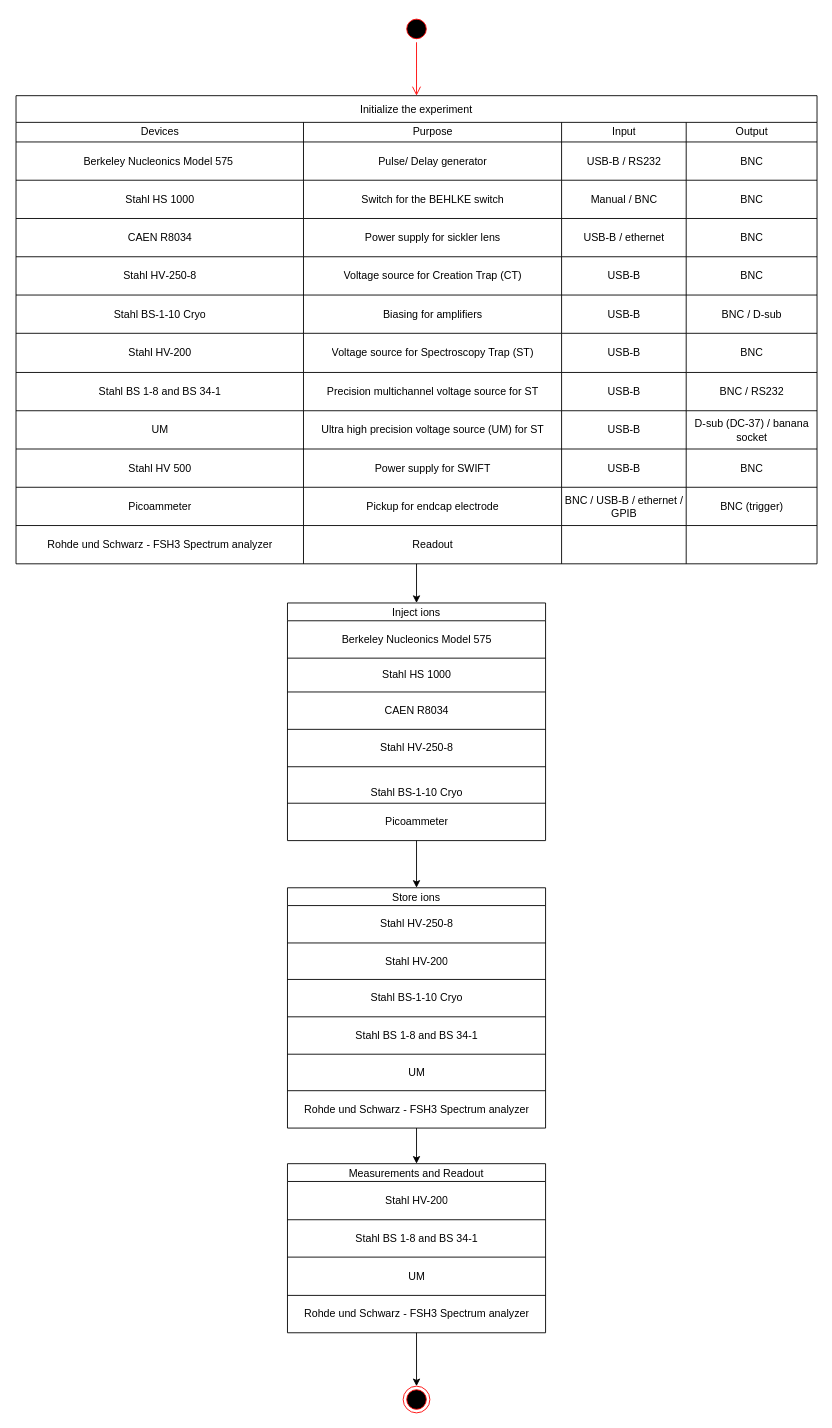
admin-ARTEMIS/ARTEMIS keeps this draw.io diagram as flowchart_main.drawio. Above is the earlier version. Source tidied: cells renumbered, new cells numbered last; positions are measured from the earlier drawing's top-left corner, leaving out a move shared by most shapes. Both pictures are drawn from the tidied source at 89%, with x=0, y=0 at pixel (16, 15).
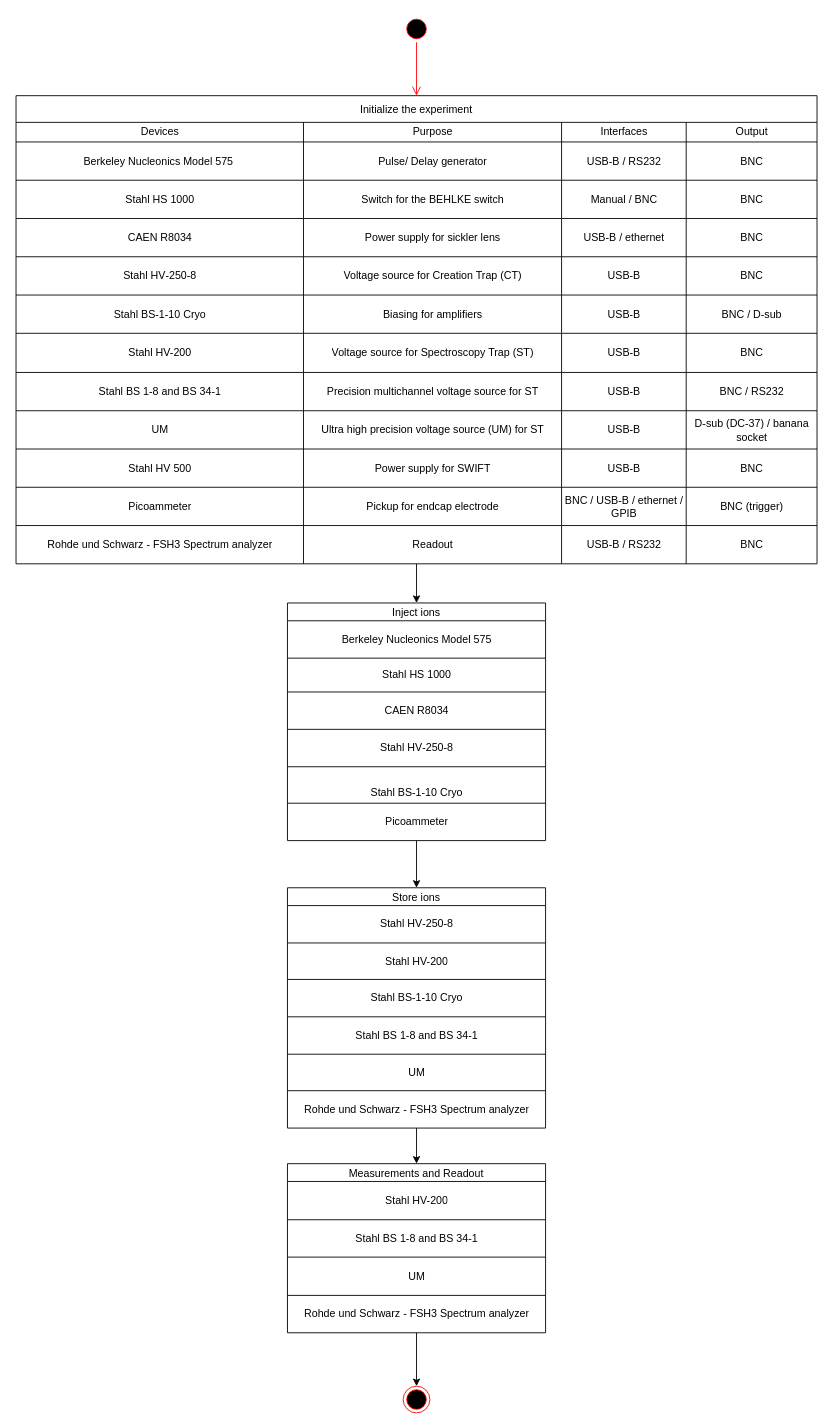
Above is the later version.

Unchanged cells that the change refers to:
```xml
<mxCell id="6" style="shape=tableRow;horizontal=0;startSize=0;swimlaneHead=0;swimlaneBody=0;strokeColor=inherit;top=0;left=0;bottom=0;right=0;fillColor=none;" parent="5" vertex="1">
  <mxGeometry y="30" width="900" height="22" as="geometry" />
</mxCell>
<mxCell id="61" style="shape=tableRow;horizontal=0;startSize=0;swimlaneHead=0;swimlaneBody=0;strokeColor=inherit;top=0;left=0;bottom=0;right=0;fillColor=none;" parent="5" vertex="1">
  <mxGeometry y="483" width="900" height="43" as="geometry" />
</mxCell>
```

The edit, as a diff of the source:
```diff
@@
-    <mxCell id="9" value="Input" style="shape=partialRectangle;html=1;whiteSpace=wrap;strokeColor=inherit;overflow=hidden;fillColor=none;top=0;left=0;bottom=0;right=0;" parent="6" vertex="1">
+    <mxCell id="9" value="Interfaces" style="shape=partialRectangle;html=1;whiteSpace=wrap;strokeColor=inherit;overflow=hidden;fillColor=none;top=0;left=0;bottom=0;right=0;" parent="6" vertex="1">
       <mxGeometry x="613" width="140" height="22" as="geometry" />
     </mxCell>
@@
-    <mxCell id="64" style="shape=partialRectangle;html=1;whiteSpace=wrap;strokeColor=inherit;overflow=hidden;fillColor=none;top=0;left=0;bottom=0;right=0;" parent="61" vertex="1">
+    <mxCell id="64" value="USB-B / RS232" style="shape=partialRectangle;html=1;whiteSpace=wrap;strokeColor=inherit;overflow=hidden;fillColor=none;top=0;left=0;bottom=0;right=0;" parent="61" vertex="1">
       <mxGeometry x="613" width="140" height="43" as="geometry" />
     </mxCell>
-    <mxCell id="65" style="shape=partialRectangle;html=1;whiteSpace=wrap;strokeColor=inherit;overflow=hidden;fillColor=none;top=0;left=0;bottom=0;right=0;" parent="61" vertex="1">
+    <mxCell id="65" value="BNC" style="shape=partialRectangle;html=1;whiteSpace=wrap;strokeColor=inherit;overflow=hidden;fillColor=none;top=0;left=0;bottom=0;right=0;" parent="61" vertex="1">
       <mxGeometry x="753" width="147" height="43" as="geometry" />
     </mxCell>
```
